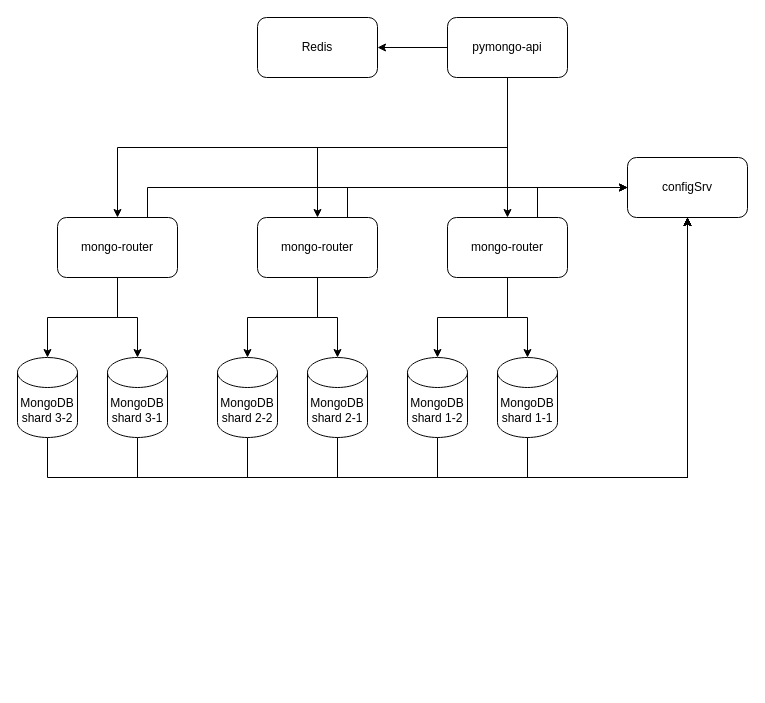
mEssiaHofDarK/practicum_arch_sprint_4 keeps this draw.io diagram as scheme3(shards+repl+chach).drawio. Above is the earlier version. Source tidied: cells renumbered, new cells numbered last; positions are measured from the earlier drawing's top-left corner, leaving out a move shared by most shapes. Both pictures are drawn from the tidied source at 100%, with x=0, y=0 at pixel (17, 17).
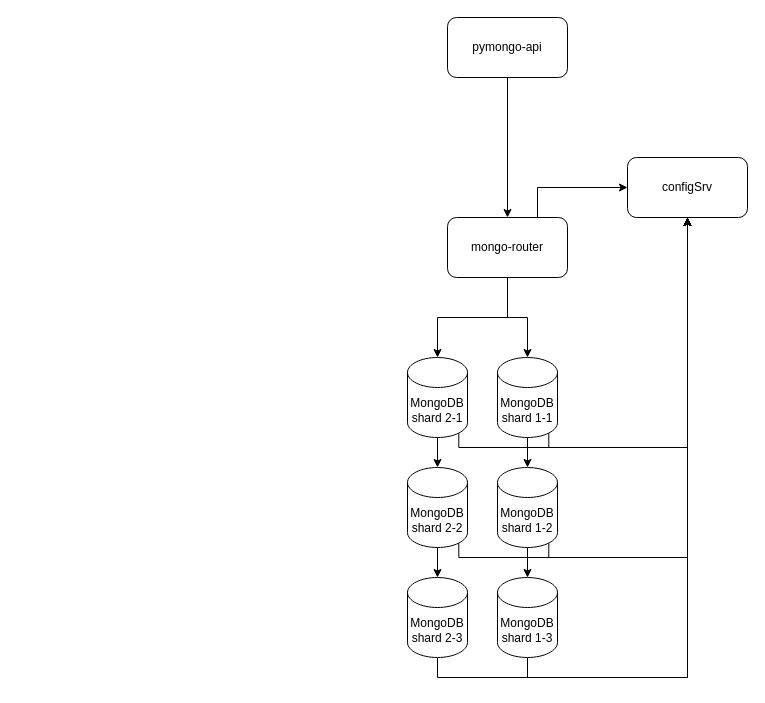
After the change.

Unchanged cells that the change refers to:
```xml
<mxCell id="2" value="MongoDB shard 1-1" style="shape=cylinder3;whiteSpace=wrap;html=1;boundedLbl=1;backgroundOutline=1;size=15;" parent="1" vertex="1">
  <mxGeometry x="480" y="340" width="60" height="80" as="geometry" />
</mxCell>
<mxCell id="6" value="pymongo-api" style="rounded=1;whiteSpace=wrap;html=1;" parent="1" vertex="1">
  <mxGeometry x="430" width="120" height="60" as="geometry" />
</mxCell>
<mxCell id="13" value="configSrv" style="rounded=1;whiteSpace=wrap;html=1;" parent="1" vertex="1">
  <mxGeometry x="610" y="140" width="120" height="60" as="geometry" />
</mxCell>
```

What changed in the source:
```diff
@@
+    <mxCell id="14" style="edgeStyle=orthogonalEdgeStyle;rounded=0;jettySize=auto;html=1;exitX=0.855;exitY=1;exitDx=0;exitDy=-4.35;exitPerimeter=0;entryX=0.5;entryY=1;entryDx=0;entryDy=0;" parent="1" edge="1" source="2" target="13">
+      <mxGeometry relative="1" as="geometry">
+        <Array as="points">
+          <mxPoint x="531" y="430" />
+          <mxPoint x="670" y="430" />
+        </Array>
+      </mxGeometry>
+    </mxCell>
@@
-    <mxCell id="3" style="edgeStyle=orthogonalEdgeStyle;rounded=0;jettySize=auto;html=1;exitX=0.5;exitY=1;exitDx=0;exitDy=0;entryX=0.5;entryY=0;entryDx=0;entryDy=0;" parent="1" edge="1" source="6" target="21">
-      <mxGeometry relative="1" as="geometry" />
-    </mxCell>
-    <mxCell id="4" style="edgeStyle=orthogonalEdgeStyle;rounded=0;jettySize=auto;html=1;exitX=0.5;exitY=1;exitDx=0;exitDy=0;entryX=0.5;entryY=0;entryDx=0;entryDy=0;" parent="1" edge="1" source="6" target="30">
-      <mxGeometry relative="1" as="geometry" />
-    </mxCell>
-    <mxCell id="5" style="edgeStyle=orthogonalEdgeStyle;rounded=0;jettySize=auto;html=1;exitX=0;exitY=0.5;exitDx=0;exitDy=0;entryX=1;entryY=0.5;entryDx=0;entryDy=0;" parent="1" edge="1" source="6" target="32">
-      <mxGeometry relative="1" as="geometry" />
-    </mxCell>
@@
+    <mxCell id="33" style="edgeStyle=orthogonalEdgeStyle;rounded=0;jettySize=auto;html=1;exitX=0.5;exitY=1;exitDx=0;exitDy=0;exitPerimeter=0;" parent="1" edge="1" source="9" target="19">
+      <mxGeometry relative="1" as="geometry" />
+    </mxCell>
-    <mxCell id="8" style="edgeStyle=orthogonalEdgeStyle;rounded=0;jettySize=auto;html=1;exitX=0.5;exitY=1;exitDx=0;exitDy=0;exitPerimeter=0;entryX=0.5;entryY=1;entryDx=0;entryDy=0;" parent="1" edge="1" source="9" target="13">
+    <mxCell id="8" style="edgeStyle=orthogonalEdgeStyle;rounded=0;jettySize=auto;html=1;exitX=0.855;exitY=1;exitDx=0;exitDy=-4.35;exitPerimeter=0;entryX=0.5;entryY=1;entryDx=0;entryDy=0;" parent="1" edge="1" source="9" target="13">
       <mxGeometry relative="1" as="geometry">
         <Array as="points">
-          <mxPoint x="420" y="460" />
-          <mxPoint x="670" y="460" />
+          <mxPoint x="441" y="430" />
+          <mxPoint x="670" y="430" />
         </Array>
       </mxGeometry>
     </mxCell>
-    <mxCell id="9" value="MongoDB shard 1-2" style="shape=cylinder3;whiteSpace=wrap;html=1;boundedLbl=1;backgroundOutline=1;size=15;" parent="1" vertex="1">
+    <mxCell id="9" value="MongoDB shard 2-1" style="shape=cylinder3;whiteSpace=wrap;html=1;boundedLbl=1;backgroundOutline=1;size=15;" parent="1" vertex="1">
       <mxGeometry x="390" y="340" width="60" height="80" as="geometry" />
     </mxCell>
@@
-    <mxCell id="14" style="edgeStyle=orthogonalEdgeStyle;rounded=0;jettySize=auto;html=1;entryX=0.5;entryY=1;entryDx=0;entryDy=0;exitX=0.5;exitY=1;exitDx=0;exitDy=0;exitPerimeter=0;" parent="1" edge="1" source="2" target="13">
-      <mxGeometry relative="1" as="geometry">
-        <Array as="points">
-          <mxPoint x="510" y="460" />
-          <mxPoint x="670" y="460" />
-        </Array>
-      </mxGeometry>
-    </mxCell>
@@
-    <mxCell id="16" value="MongoDB shard 2-1" style="shape=cylinder3;whiteSpace=wrap;html=1;boundedLbl=1;backgroundOutline=1;size=15;" parent="1" vertex="1">
-      <mxGeometry x="290" y="340" width="60" height="80" as="geometry" />
-    </mxCell>
-    <mxCell id="17" style="edgeStyle=orthogonalEdgeStyle;rounded=0;jettySize=auto;html=1;exitX=0.5;exitY=1;exitDx=0;exitDy=0;entryX=0.5;entryY=0;entryDx=0;entryDy=0;entryPerimeter=0;" parent="1" edge="1" source="21" target="16">
-      <mxGeometry relative="1" as="geometry" />
-    </mxCell>
-    <mxCell id="18" style="edgeStyle=orthogonalEdgeStyle;rounded=0;jettySize=auto;html=1;exitX=0.5;exitY=1;exitDx=0;exitDy=0;exitPerimeter=0;" parent="1" edge="1" source="19">
-      <mxGeometry relative="1" as="geometry">
-        <mxPoint x="670" y="200" as="targetPoint" />
-        <Array as="points">
-          <mxPoint x="230" y="460" />
-          <mxPoint x="670" y="460" />
-        </Array>
-      </mxGeometry>
-    </mxCell>
+    <mxCell id="34" style="edgeStyle=orthogonalEdgeStyle;rounded=0;jettySize=auto;html=1;exitX=0.855;exitY=1;exitDx=0;exitDy=-4.35;exitPerimeter=0;entryX=0.5;entryY=1;entryDx=0;entryDy=0;" parent="1" edge="1" source="35" target="13">
+      <mxGeometry relative="1" as="geometry">
+        <Array as="points">
+          <mxPoint x="531" y="540" />
+          <mxPoint x="670" y="540" />
+        </Array>
+      </mxGeometry>
+    </mxCell>
+    <mxCell id="35" value="MongoDB shard 1-2" style="shape=cylinder3;whiteSpace=wrap;html=1;boundedLbl=1;backgroundOutline=1;size=15;" parent="1" vertex="1">
+      <mxGeometry x="480" y="450" width="60" height="80" as="geometry" />
+    </mxCell>
+    <mxCell id="36" style="edgeStyle=orthogonalEdgeStyle;rounded=0;jettySize=auto;html=1;exitX=0.5;exitY=1;exitDx=0;exitDy=0;exitPerimeter=0;entryX=0.5;entryY=1;entryDx=0;entryDy=0;" parent="1" edge="1" source="37" target="13">
+      <mxGeometry relative="1" as="geometry" />
+    </mxCell>
+    <mxCell id="37" value="MongoDB shard 1-3" style="shape=cylinder3;whiteSpace=wrap;html=1;boundedLbl=1;backgroundOutline=1;size=15;" parent="1" vertex="1">
+      <mxGeometry x="480" y="560" width="60" height="80" as="geometry" />
+    </mxCell>
+    <mxCell id="38" style="edgeStyle=orthogonalEdgeStyle;rounded=0;jettySize=auto;html=1;exitX=0.5;exitY=1;exitDx=0;exitDy=0;exitPerimeter=0;entryX=0.5;entryY=1;entryDx=0;entryDy=0;" parent="1" edge="1" source="39" target="13">
+      <mxGeometry relative="1" as="geometry" />
+    </mxCell>
+    <mxCell id="39" value="MongoDB shard 2-3" style="shape=cylinder3;whiteSpace=wrap;html=1;boundedLbl=1;backgroundOutline=1;size=15;" parent="1" vertex="1">
+      <mxGeometry x="390" y="560" width="60" height="80" as="geometry" />
+    </mxCell>
+    <mxCell id="40" style="edgeStyle=orthogonalEdgeStyle;rounded=0;jettySize=auto;html=1;exitX=0.855;exitY=1;exitDx=0;exitDy=-4.35;exitPerimeter=0;entryX=0.5;entryY=1;entryDx=0;entryDy=0;" parent="1" edge="1" source="19" target="13">
+      <mxGeometry relative="1" as="geometry">
+        <Array as="points">
+          <mxPoint x="441" y="540" />
+          <mxPoint x="670" y="540" />
+        </Array>
+      </mxGeometry>
+    </mxCell>
     <mxCell id="19" value="MongoDB shard 2-2" style="shape=cylinder3;whiteSpace=wrap;html=1;boundedLbl=1;backgroundOutline=1;size=15;" parent="1" vertex="1">
-      <mxGeometry x="200" y="340" width="60" height="80" as="geometry" />
+      <mxGeometry x="390" y="450" width="60" height="80" as="geometry" />
     </mxCell>
-    <mxCell id="20" style="edgeStyle=orthogonalEdgeStyle;rounded=0;jettySize=auto;html=1;exitX=0.75;exitY=0;exitDx=0;exitDy=0;entryX=0;entryY=0.5;entryDx=0;entryDy=0;" parent="1" edge="1" source="21" target="13">
-      <mxGeometry relative="1" as="geometry" />
-    </mxCell>
-    <mxCell id="21" value="mongo-router" style="rounded=1;whiteSpace=wrap;html=1;" parent="1" vertex="1">
-      <mxGeometry x="240" y="200" width="120" height="60" as="geometry" />
-    </mxCell>
-    <mxCell id="22" style="edgeStyle=orthogonalEdgeStyle;rounded=0;jettySize=auto;html=1;exitX=0.5;exitY=1;exitDx=0;exitDy=0;exitPerimeter=0;" parent="1" edge="1" source="16">
-      <mxGeometry relative="1" as="geometry">
-        <mxPoint x="670" y="200" as="targetPoint" />
-        <Array as="points">
-          <mxPoint x="320" y="460" />
-          <mxPoint x="670" y="460" />
-        </Array>
-      </mxGeometry>
-    </mxCell>
-    <mxCell id="23" style="edgeStyle=orthogonalEdgeStyle;rounded=0;jettySize=auto;html=1;exitX=0.25;exitY=1;exitDx=0;exitDy=0;entryX=0.5;entryY=0;entryDx=0;entryDy=0;entryPerimeter=0;" parent="1" edge="1" source="21" target="19">
-      <mxGeometry relative="1" as="geometry">
-        <Array as="points">
-          <mxPoint x="300" y="260" />
-          <mxPoint x="300" y="300" />
-          <mxPoint x="230" y="300" />
-        </Array>
-      </mxGeometry>
-    </mxCell>
-    <mxCell id="24" style="edgeStyle=orthogonalEdgeStyle;rounded=0;jettySize=auto;html=1;exitX=0.5;exitY=1;exitDx=0;exitDy=0;exitPerimeter=0;entryX=0.5;entryY=1;entryDx=0;entryDy=0;" parent="1" edge="1" source="25" target="13">
-      <mxGeometry relative="1" as="geometry">
-        <Array as="points">
-          <mxPoint x="120" y="460" />
-          <mxPoint x="670" y="460" />
-        </Array>
-      </mxGeometry>
-    </mxCell>
-    <mxCell id="25" value="MongoDB shard 3-1" style="shape=cylinder3;whiteSpace=wrap;html=1;boundedLbl=1;backgroundOutline=1;size=15;" parent="1" vertex="1">
-      <mxGeometry x="90" y="340" width="60" height="80" as="geometry" />
-    </mxCell>
-    <mxCell id="26" style="edgeStyle=orthogonalEdgeStyle;rounded=0;jettySize=auto;html=1;exitX=0.5;exitY=1;exitDx=0;exitDy=0;entryX=0.5;entryY=0;entryDx=0;entryDy=0;entryPerimeter=0;" parent="1" edge="1" source="30" target="25">
-      <mxGeometry relative="1" as="geometry" />
-    </mxCell>
-    <mxCell id="27" style="edgeStyle=orthogonalEdgeStyle;rounded=0;jettySize=auto;html=1;exitX=0.5;exitY=1;exitDx=0;exitDy=0;exitPerimeter=0;entryX=0.5;entryY=1;entryDx=0;entryDy=0;" parent="1" edge="1" source="28" target="13">
-      <mxGeometry relative="1" as="geometry">
-        <Array as="points">
-          <mxPoint x="30" y="460" />
-          <mxPoint x="670" y="460" />
-        </Array>
-      </mxGeometry>
-    </mxCell>
-    <mxCell id="28" value="MongoDB shard 3-2" style="shape=cylinder3;whiteSpace=wrap;html=1;boundedLbl=1;backgroundOutline=1;size=15;" parent="1" vertex="1">
-      <mxGeometry y="340" width="60" height="80" as="geometry" />
-    </mxCell>
-    <mxCell id="29" style="edgeStyle=orthogonalEdgeStyle;rounded=0;jettySize=auto;html=1;exitX=0.75;exitY=0;exitDx=0;exitDy=0;entryX=0;entryY=0.5;entryDx=0;entryDy=0;" parent="1" edge="1" source="30" target="13">
-      <mxGeometry relative="1" as="geometry" />
-    </mxCell>
-    <mxCell id="30" value="mongo-router" style="rounded=1;whiteSpace=wrap;html=1;" parent="1" vertex="1">
-      <mxGeometry x="40" y="200" width="120" height="60" as="geometry" />
-    </mxCell>
-    <mxCell id="31" style="edgeStyle=orthogonalEdgeStyle;rounded=0;jettySize=auto;html=1;exitX=0.25;exitY=1;exitDx=0;exitDy=0;entryX=0.5;entryY=0;entryDx=0;entryDy=0;entryPerimeter=0;" parent="1" edge="1" source="30" target="28">
-      <mxGeometry relative="1" as="geometry">
-        <Array as="points">
-          <mxPoint x="100" y="260" />
-          <mxPoint x="100" y="300" />
-          <mxPoint x="30" y="300" />
-        </Array>
-      </mxGeometry>
-    </mxCell>
-    <mxCell id="32" value="Redis" style="rounded=1;whiteSpace=wrap;html=1;" parent="1" vertex="1">
-      <mxGeometry x="240" width="120" height="60" as="geometry" />
-    </mxCell>
+    <mxCell id="41" style="edgeStyle=orthogonalEdgeStyle;rounded=0;jettySize=auto;html=1;exitX=0.5;exitY=1;exitDx=0;exitDy=0;exitPerimeter=0;entryX=0.5;entryY=0;entryDx=0;entryDy=0;entryPerimeter=0;" parent="1" edge="1" source="19" target="39">
+      <mxGeometry relative="1" as="geometry" />
+    </mxCell>
+    <mxCell id="42" style="edgeStyle=orthogonalEdgeStyle;rounded=0;jettySize=auto;html=1;exitX=0.5;exitY=1;exitDx=0;exitDy=0;exitPerimeter=0;entryX=0.5;entryY=0;entryDx=0;entryDy=0;entryPerimeter=0;" parent="1" edge="1" source="2" target="35">
+      <mxGeometry relative="1" as="geometry" />
+    </mxCell>
+    <mxCell id="43" style="edgeStyle=orthogonalEdgeStyle;rounded=0;jettySize=auto;html=1;exitX=0.5;exitY=1;exitDx=0;exitDy=0;exitPerimeter=0;entryX=0.5;entryY=0;entryDx=0;entryDy=0;entryPerimeter=0;" parent="1" edge="1" source="35" target="37">
+      <mxGeometry relative="1" as="geometry" />
+    </mxCell>
```
